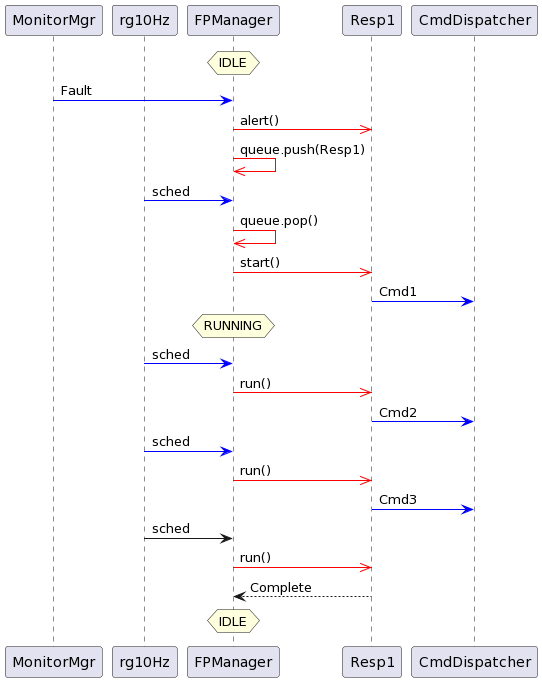
This is Svc/FPManager/docs/SequenceDiagram.png from garthwatney/fprime, a PlantUML export, as it was before one commit. The source it was exported from:
```plantuml
@startuml
participant MonitorMgr
participant rg10Hz
participant FPManager
participant Resp1
participant CmdDispatcher

hnote over FPManager: IDLE
MonitorMgr -[#blue]> FPManager : Fault
FPManager -[#red]>> Resp1 : alert()
FPManager -[#red]>> FPManager : queue.push(Resp1)

rg10Hz -[#blue]> FPManager : sched
FPManager -[#red]>> FPManager : queue.pop()
FPManager -[#red]>> Resp1 : start()
Resp1 -[#blue]> CmdDispatcher : Cmd1
hnote over FPManager: RUNNING

rg10Hz -[#blue]> FPManager : sched
FPManager -[#red]>> Resp1 : run()
Resp1 -[#blue]> CmdDispatcher : Cmd2

rg10Hz -[#blue]> FPManager : sched
FPManager -[#red]>> Resp1 : run()
Resp1 -[#blue]> CmdDispatcher : Cmd3

rg10Hz -> FPManager : sched
FPManager -[#red]>> Resp1 : run()
Resp1 --> FPManager : Complete
hnote over FPManager: IDLE
@enduml
```
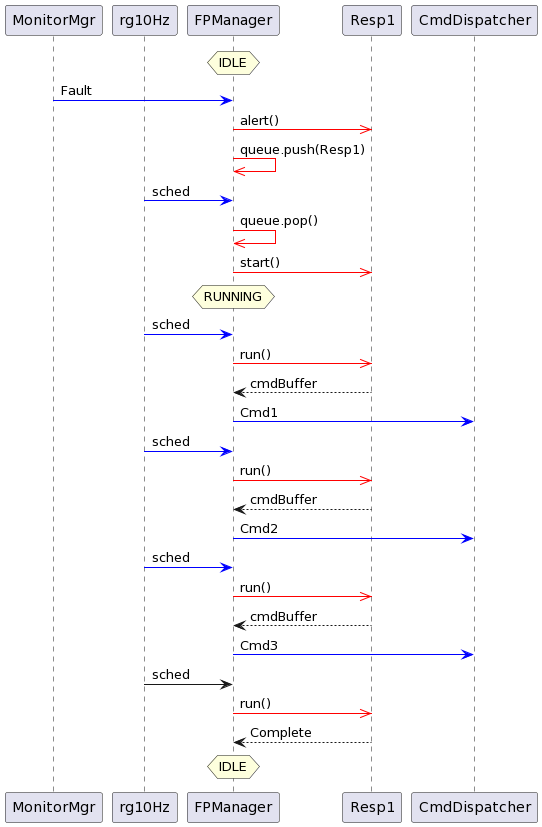
The same diagram one commit later.

What changed in the source:
```diff
@@ -13,16 +13,22 @@
 rg10Hz -[#blue]> FPManager : sched
 FPManager -[#red]>> FPManager : queue.pop()
 FPManager -[#red]>> Resp1 : start()
-Resp1 -[#blue]> CmdDispatcher : Cmd1
 hnote over FPManager: RUNNING
 
 rg10Hz -[#blue]> FPManager : sched
 FPManager -[#red]>> Resp1 : run()
-Resp1 -[#blue]> CmdDispatcher : Cmd2
+Resp1 --> FPManager : cmdBuffer
+FPManager -[#blue]> CmdDispatcher : Cmd1
 
 rg10Hz -[#blue]> FPManager : sched
 FPManager -[#red]>> Resp1 : run()
-Resp1 -[#blue]> CmdDispatcher : Cmd3
+Resp1 --> FPManager : cmdBuffer
+FPManager -[#blue]> CmdDispatcher : Cmd2
+
+rg10Hz -[#blue]> FPManager : sched
+FPManager -[#red]>> Resp1 : run()
+Resp1 --> FPManager : cmdBuffer
+FPManager -[#blue]> CmdDispatcher : Cmd3
 
 rg10Hz -> FPManager : sched
 FPManager -[#red]>> Resp1 : run()
```
